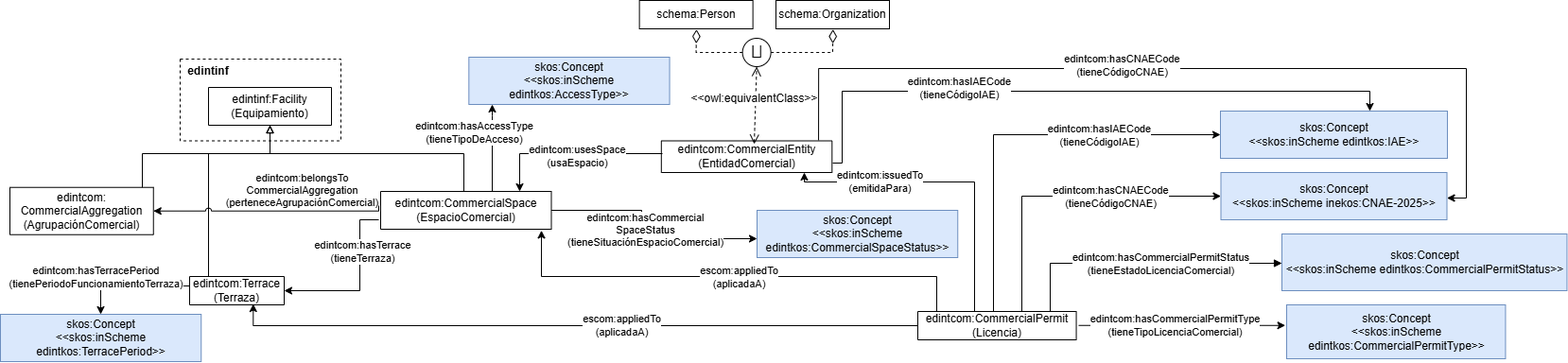
The draw.io diagram diagrams/diagrama.png in sbernardos/edint-ontologia-censo-locales, before a commit. Source tidied: cells renumbered, new cells last; positions are measured from the earlier drawing's top-left corner, leaving out a move shared by most shapes.
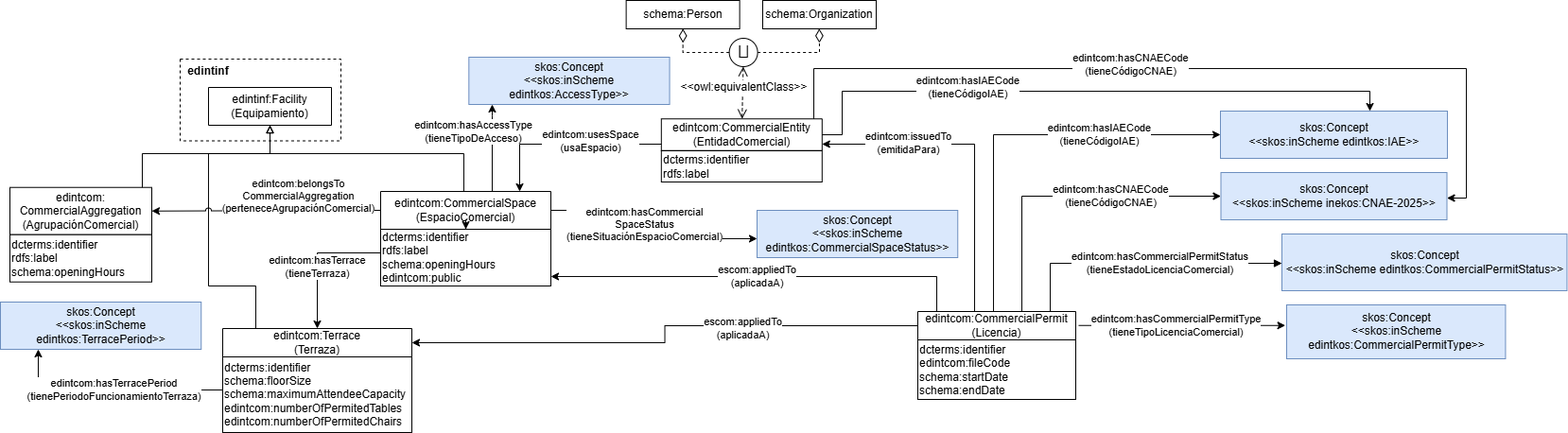
After the commit.

Commit message:
diagram with data properties

What changed in the source:
```diff
@@ -3,19 +3,18 @@
     <mxCell id="0" />
     <mxCell id="1" parent="0" />
     <mxCell id="2" value="edintcom:CommercialPermit&lt;div&gt;(Licencia)&lt;/div&gt;" style="verticalAlign=middle;align=center;vsdxID=334;shape=(stored shape, 160 characters);labelBackgroundColor=none;rounded=0;html=1;whiteSpace=wrap;fillColor=none;strokeColor=#000000;" parent="1" vertex="1">
-      <mxGeometry x="970" y="329" width="167.6" height="30" as="geometry" />
+      <mxGeometry x="970" y="329" width="167" height="30" as="geometry" />
     </mxCell>
     <mxCell id="3" value="edintcom:CommercialSpace&lt;div&gt;(EspacioComercial)&lt;/div&gt;" style="verticalAlign=middle;align=center;vsdxID=334;shape=(stored shape, 160 characters);labelBackgroundColor=none;rounded=0;html=1;whiteSpace=wrap;fillColor=none;strokeColor=#000000;" parent="1" vertex="1">
-      <mxGeometry x="402" y="202" width="180.5" height="40" as="geometry" />
+      <mxGeometry x="402" y="202" width="180" height="40" as="geometry" />
     </mxCell>
     <mxCell id="4" value="edintcom:CommercialEntity&lt;div&gt;(EntidadComercial)&lt;/div&gt;" style="verticalAlign=middle;align=center;vsdxID=334;shape=(stored shape, 160 characters);labelBackgroundColor=none;rounded=0;html=1;whiteSpace=wrap;fillColor=none;strokeColor=light-dark(#000000,#000000);" parent="1" vertex="1">
-      <mxGeometry x="698.8" y="148.5" width="180.5" height="33.5" as="geometry" />
+      <mxGeometry x="698.8" y="125.2" width="170" height="33.5" as="geometry" />
     </mxCell>
     <mxCell id="5" style="edgeStyle=orthogonalEdgeStyle;rounded=0;jettySize=auto;html=1;" parent="1" edge="1" source="2" target="4">
       <mxGeometry relative="1" as="geometry">
         <Array as="points">
-          <mxPoint x="1030" y="192" />
-          <mxPoint x="850" y="192" />
+          <mxPoint x="1030" y="152" />
         </Array>
       </mxGeometry>
     </mxCell>
@@ -24,29 +23,14 @@
         <mxPoint x="15" as="offset" />
       </mxGeometry>
     </mxCell>
-    <mxCell id="7" style="edgeStyle=orthogonalEdgeStyle;rounded=0;orthogonalLoop=1;jettySize=auto;html=1;endArrow=none;endFill=0;startArrow=classic;startFill=1;" parent="1" edge="1">
-      <mxGeometry relative="1" as="geometry">
-        <mxPoint x="549" y="202" as="sourcePoint" />
-        <mxPoint x="700" y="162" as="targetPoint" />
-        <Array as="points">
-          <mxPoint x="549" y="202" />
-          <mxPoint x="549" y="162" />
-        </Array>
-      </mxGeometry>
-    </mxCell>
-    <mxCell id="8" value="edintcom:usesSpace&lt;div&gt;(usaEspacio)&lt;/div&gt;" style="edgeLabel;html=1;align=center;verticalAlign=middle;" parent="7" vertex="1">
-      <mxGeometry x="0.11" y="1" relative="1" as="geometry">
-        <mxPoint x="-5" y="3" as="offset" />
-      </mxGeometry>
-    </mxCell>
     <mxCell id="9" value="schema:Person" style="rounded=0;whiteSpace=wrap;html=1;snapToPoint=1;points=[[0.1,0],[0.2,0],[0.3,0],[0.4,0],[0.5,0],[0.6,0],[0.7,0],[0.8,0],[0.9,0],[0,0.1],[0,0.3],[0,0.5],[0,0.7],[0,0.9],[0.1,1],[0.2,1],[0.3,1],[0.4,1],[0.5,1],[0.6,1],[0.7,1],[0.8,1],[0.9,1],[1,0.1],[1,0.3],[1,0.5],[1,0.7],[1,0.9]];" parent="1" vertex="1">
-      <mxGeometry x="675.6" width="120" height="30" as="geometry" />
+      <mxGeometry x="661.6" width="120" height="30" as="geometry" />
     </mxCell>
     <mxCell id="10" value="schema:Organization" style="rounded=0;whiteSpace=wrap;html=1;snapToPoint=1;points=[[0.1,0],[0.2,0],[0.3,0],[0.4,0],[0.5,0],[0.6,0],[0.7,0],[0.8,0],[0.9,0],[0,0.1],[0,0.3],[0,0.5],[0,0.7],[0,0.9],[0.1,1],[0.2,1],[0.3,1],[0.4,1],[0.5,1],[0.6,1],[0.7,1],[0.8,1],[0.9,1],[1,0.1],[1,0.3],[1,0.5],[1,0.7],[1,0.9]];" parent="1" vertex="1">
-      <mxGeometry x="820" width="120" height="30" as="geometry" />
+      <mxGeometry x="806" width="120" height="30" as="geometry" />
     </mxCell>
     <mxCell id="11" value="&lt;span class=&quot;st&quot;&gt;⨆&lt;/span&gt;" style="ellipse;whiteSpace=wrap;html=1;fontSize=17;" parent="1" vertex="1">
-      <mxGeometry x="784.6" y="40" width="30" height="30" as="geometry" />
+      <mxGeometry x="770.6" y="40" width="30" height="30" as="geometry" />
     </mxCell>
     <mxCell id="12" style="endArrow=diamondThin;endSize=12;html=1;fontColor=#000099;endFill=0;dashed=1;arcSize=0;rounded=0;edgeStyle=orthogonalEdgeStyle;" parent="1" edge="1" source="11" target="10">
       <mxGeometry relative="1" as="geometry" />
@@ -54,18 +38,16 @@
     <mxCell id="13" style="endArrow=diamondThin;endSize=12;html=1;fontColor=#000099;endFill=0;dashed=1;arcSize=0;rounded=0;edgeStyle=orthogonalEdgeStyle;" parent="1" edge="1" source="11" target="9">
       <mxGeometry relative="1" as="geometry">
         <Array as="points">
-          <mxPoint x="735.6" y="54.9" />
+          <mxPoint x="721.6" y="54.9" />
         </Array>
       </mxGeometry>
     </mxCell>
-    <mxCell id="14" style="endArrow=open;html=1;fontColor=#000099;endFill=0;dashed=1;endSize=8;startArrow=open;startFill=0;startSize=8;rounded=0;entryX=0.5;entryY=1;entryDx=0;entryDy=0;" parent="1" edge="1" target="11">
-      <mxGeometry relative="1" as="geometry">
-        <mxPoint x="797" y="152" as="sourcePoint" />
-      </mxGeometry>
+    <mxCell id="14" style="endArrow=open;html=1;fontColor=#000099;endFill=0;dashed=1;endSize=8;startArrow=open;startFill=0;startSize=8;rounded=0;" parent="1" edge="1" source="4" target="11">
+      <mxGeometry relative="1" as="geometry" />
     </mxCell>
     <mxCell id="15" value="&amp;lt;&amp;lt;owl:equivalentClass&amp;gt;&amp;gt;" style="text;html=1;align=center;verticalAlign=middle;fontColor=#000000;labelBackgroundColor=#ffffff;" parent="14" vertex="1">
       <mxGeometry x="-0.33" relative="1" as="geometry">
-        <mxPoint x="-2" y="-22" as="offset" />
+        <mxPoint x="1" y="-15" as="offset" />
       </mxGeometry>
     </mxCell>
     <mxCell id="16" value="&lt;font&gt;skos:Concept&lt;br&gt;&lt;/font&gt;&lt;div&gt;&lt;font&gt;&amp;lt;&amp;lt;skos:inScheme&amp;nbsp;&lt;/font&gt;&lt;span style=&quot;background-color: transparent;&quot;&gt;inekos:CNAE-2025&amp;gt;&amp;gt;&lt;/span&gt;&lt;/div&gt;" style="html=1;align=center;fillColor=#dae8fc;strokeColor=#6c8ebf;" parent="1" vertex="1">
@@ -96,18 +78,20 @@
       </mxGeometry>
     </mxCell>
     <mxCell id="21" value="edintcom:&lt;div&gt;CommercialAggregation&lt;/div&gt;&lt;div&gt;(AgrupaciónComercial)&lt;/div&gt;" style="verticalAlign=middle;align=center;vsdxID=334;shape=(stored shape, 160 characters);labelBackgroundColor=none;rounded=0;html=1;whiteSpace=wrap;fillColor=none;strokeColor=#000000;" parent="1" vertex="1">
-      <mxGeometry x="10" y="197.7" width="151.8" height="50" as="geometry" />
+      <mxGeometry x="10" y="197.7" width="150" height="50" as="geometry" />
     </mxCell>
     <mxCell id="22" style="edgeStyle=orthogonalEdgeStyle;rounded=0;jettySize=auto;html=1;endArrow=block;endFill=0;jumpStyle=arc;" parent="1" edge="1" source="23" target="54">
       <mxGeometry relative="1" as="geometry">
         <Array as="points">
+          <mxPoint x="270" y="302" />
+          <mxPoint x="220" y="302" />
           <mxPoint x="220" y="162" />
           <mxPoint x="285" y="162" />
         </Array>
       </mxGeometry>
     </mxCell>
     <mxCell id="23" value="edintcom:Terrace&lt;div&gt;(Terraza)&lt;/div&gt;" style="verticalAlign=middle;align=center;vsdxID=334;shape=(stored shape, 160 characters);labelBackgroundColor=none;rounded=0;html=1;whiteSpace=wrap;fillColor=none;strokeColor=#000000;" parent="1" vertex="1">
-      <mxGeometry x="200" y="292" width="100" height="30" as="geometry" />
+      <mxGeometry x="235" y="347" width="200" height="30" as="geometry" />
     </mxCell>
     <mxCell id="24" style="edgeStyle=orthogonalEdgeStyle;rounded=0;jettySize=auto;html=1;endArrow=block;endFill=0;" parent="1" edge="1" source="21" target="54">
       <mxGeometry relative="1" as="geometry">
@@ -117,49 +101,38 @@
         </Array>
       </mxGeometry>
     </mxCell>
-    <mxCell id="25" style="edgeStyle=orthogonalEdgeStyle;rounded=0;jettySize=auto;html=1;startArrow=classic;startFill=1;endArrow=none;endFill=0;jumpStyle=arc;" parent="1" edge="1" source="21">
-      <mxGeometry relative="1" as="geometry">
-        <mxPoint x="400" y="217" as="targetPoint" />
-        <Array as="points">
-          <mxPoint x="400" y="223" />
-        </Array>
-      </mxGeometry>
+    <mxCell id="25" style="edgeStyle=orthogonalEdgeStyle;rounded=0;jettySize=auto;html=1;startArrow=classic;startFill=1;endArrow=none;endFill=0;jumpStyle=arc;" parent="1" edge="1" source="21" target="3">
+      <mxGeometry relative="1" as="geometry" />
     </mxCell>
     <mxCell id="26" value="edintcom:&lt;span style=&quot;background-color: light-dark(#ffffff, var(--ge-dark-color, #121212)); color: light-dark(rgb(0, 0, 0), rgb(255, 255, 255));&quot;&gt;belongsTo&lt;/span&gt;&lt;div&gt;&lt;span style=&quot;background-color: light-dark(#ffffff, var(--ge-dark-color, #121212)); color: light-dark(rgb(0, 0, 0), rgb(255, 255, 255));&quot;&gt;Commercial&lt;/span&gt;&lt;span style=&quot;background-color: light-dark(#ffffff, var(--ge-dark-color, #121212)); color: light-dark(rgb(0, 0, 0), rgb(255, 255, 255));&quot;&gt;Aggregation&lt;/span&gt;&lt;/div&gt;&lt;div&gt;&lt;span style=&quot;background-color: light-dark(#ffffff, var(--ge-dark-color, #121212)); color: light-dark(rgb(0, 0, 0), rgb(255, 255, 255));&quot;&gt;(perteneceAgrupaciónComercial)&lt;/span&gt;&lt;/div&gt;" style="edgeLabel;html=1;align=center;verticalAlign=middle;" parent="25" vertex="1">
       <mxGeometry x="0.29" y="1" relative="1" as="geometry">
-        <mxPoint x="-1" y="-21" as="offset" />
+        <mxPoint x="-1" y="-14" as="offset" />
       </mxGeometry>
     </mxCell>
     <mxCell id="27" value="&lt;font color=&quot;#000000&quot;&gt;skos:Concept&lt;br&gt;&lt;/font&gt;&lt;div&gt;&lt;font color=&quot;#000000&quot;&gt;&amp;lt;&amp;lt;skos:inScheme &lt;/font&gt;&lt;font color=&quot;#000000&quot;&gt;&lt;font color=&quot;#000000&quot;&gt;&lt;br&gt;&lt;/font&gt;&lt;/font&gt;&lt;/div&gt;&lt;div&gt;&lt;font color=&quot;#000000&quot;&gt;&lt;font color=&quot;#000000&quot;&gt;edintkos&lt;/font&gt;:TerracePeriod&amp;gt;&amp;gt;&lt;/font&gt;&lt;/div&gt;" style="html=1;fillColor=#dae8fc;strokeColor=#6c8ebf;" parent="1" vertex="1">
-      <mxGeometry y="332" width="212.2" height="50" as="geometry" />
+      <mxGeometry y="319" width="212.2" height="50" as="geometry" />
     </mxCell>
     <mxCell id="28" value="&lt;font color=&quot;#000000&quot;&gt;skos:Concept&lt;br&gt;&lt;/font&gt;&lt;div style=&quot;color: rgb(255, 51, 51);&quot;&gt;&lt;font color=&quot;#000000&quot;&gt;&amp;lt;&amp;lt;skos:inScheme&lt;/font&gt;&lt;font color=&quot;#000000&quot;&gt;&lt;br&gt;&lt;/font&gt;&lt;/div&gt;&lt;div style=&quot;color: rgb(255, 51, 51);&quot;&gt;&lt;span style=&quot;color: rgb(0, 0, 0); background-color: transparent;&quot;&gt;edintkos:CommercialPermitType&amp;gt;&amp;gt;&lt;/span&gt;&lt;/div&gt;" style="html=1;align=center;fillColor=#dae8fc;strokeColor=#6c8ebf;" parent="1" vertex="1">
       <mxGeometry x="1360" y="322" width="231.4" height="57" as="geometry" />
     </mxCell>
-    <mxCell id="29" style="endArrow=classic;html=1;rounded=0;entryX=1;entryY=0.5;entryDx=0;entryDy=0;entryPerimeter=0;edgeStyle=orthogonalEdgeStyle;" parent="1" edge="1" target="23">
+    <mxCell id="29" style="endArrow=classic;html=1;rounded=0;edgeStyle=orthogonalEdgeStyle;" parent="1" edge="1" source="60" target="23">
       <mxGeometry relative="1" as="geometry">
-        <mxPoint x="400" y="232" as="sourcePoint" />
         <Array as="points">
-          <mxPoint x="380" y="232" />
-          <mxPoint x="380" y="307" />
+          <mxPoint x="335" y="267" />
         </Array>
       </mxGeometry>
     </mxCell>
-    <mxCell id="30" value="edintcom:hasTerrace&lt;div&gt;(tieneTerraza)&lt;/div&gt;" style="edgeLabel;html=1;align=center;verticalAlign=middle;" parent="29" vertex="1">
-      <mxGeometry x="-0.11" y="-1" relative="1" as="geometry">
-        <mxPoint x="3" y="-24" as="offset" />
-      </mxGeometry>
-    </mxCell>
     <mxCell id="31" style="endArrow=classic;html=1;rounded=0;edgeStyle=orthogonalEdgeStyle;" parent="1" edge="1" source="23" target="27">
       <mxGeometry relative="1" as="geometry">
         <Array as="points">
-          <mxPoint x="106" y="302" />
+          <mxPoint x="335" y="412" />
+          <mxPoint x="40" y="412" />
         </Array>
       </mxGeometry>
     </mxCell>
     <mxCell id="32" value="edintcom:hasTerracePeriod&lt;div&gt;(tienePeriodoFuncionamientoTerraza)&lt;/div&gt;" style="edgeLabel;html=1;align=center;verticalAlign=middle;" parent="31" vertex="1">
       <mxGeometry x="0.28" y="1" relative="1" as="geometry">
-        <mxPoint x="-21" y="-11" as="offset" />
+        <mxPoint x="-12" y="-1" as="offset" />
       </mxGeometry>
     </mxCell>
     <mxCell id="33" value="&lt;font color=&quot;#000000&quot;&gt;skos:Concept&lt;br&gt;&lt;/font&gt;&lt;div&gt;&lt;font color=&quot;#000000&quot;&gt;&amp;lt;&amp;lt;skos:inScheme&amp;nbsp;&lt;/font&gt;&lt;span style=&quot;background-color: transparent;&quot;&gt;edintkos:IAE&amp;gt;&amp;gt;&lt;/span&gt;&lt;/div&gt;" style="html=1;fillColor=#dae8fc;strokeColor=#6c8ebf;" parent="1" vertex="1">
@@ -187,11 +160,10 @@
         <mxPoint x="44" y="-1" as="offset" />
       </mxGeometry>
     </mxCell>
-    <mxCell id="38" style="endArrow=classic;html=1;rounded=0;edgeStyle=orthogonalEdgeStyle;" parent="1" edge="1" target="33">
+    <mxCell id="38" style="endArrow=classic;html=1;rounded=0;edgeStyle=orthogonalEdgeStyle;" parent="1" edge="1" source="4" target="33">
       <mxGeometry relative="1" as="geometry">
-        <mxPoint x="880" y="172" as="sourcePoint" />
         <Array as="points">
-          <mxPoint x="890" y="172" />
+          <mxPoint x="890" y="142" />
           <mxPoint x="890" y="96" />
           <mxPoint x="1448" y="96" />
         </Array>
@@ -214,10 +186,10 @@
         <mxPoint x="47" y="-1" as="offset" />
       </mxGeometry>
     </mxCell>
-    <mxCell id="42" style="endArrow=classic;html=1;rounded=0;exitX=0.921;exitY=-0.017;exitDx=0;exitDy=0;exitPerimeter=0;edgeStyle=orthogonalEdgeStyle;endFill=1;" parent="1" edge="1" source="4" target="16">
+    <mxCell id="42" style="endArrow=classic;html=1;rounded=0;edgeStyle=orthogonalEdgeStyle;endFill=1;" parent="1" edge="1" source="4" target="16">
       <mxGeometry relative="1" as="geometry">
         <Array as="points">
-          <mxPoint x="865" y="72" />
+          <mxPoint x="860" y="72" />
           <mxPoint x="1550" y="72" />
           <mxPoint x="1550" y="209" />
         </Array>
@@ -236,14 +208,13 @@
     </mxCell>
     <mxCell id="45" value="edintcom:hasCommercial&lt;div&gt;Space&lt;span style=&quot;background-color: light-dark(#ffffff, var(--ge-dark-color, #121212)); color: light-dark(rgb(0, 0, 0), rgb(255, 255, 255));&quot;&gt;Status&lt;/span&gt;&lt;/div&gt;&lt;div&gt;&lt;span style=&quot;background-color: light-dark(#ffffff, var(--ge-dark-color, #121212)); color: light-dark(rgb(0, 0, 0), rgb(255, 255, 255));&quot;&gt;(tieneSituaciónEspacioComercial)&lt;/span&gt;&lt;/div&gt;" style="edgeLabel;html=1;align=center;verticalAlign=middle;" parent="44" vertex="1">
       <mxGeometry x="0.09" y="3" relative="1" as="geometry">
-        <mxPoint x="-7" y="-7" as="offset" />
+        <mxPoint x="-7" y="-12" as="offset" />
       </mxGeometry>
     </mxCell>
-    <mxCell id="46" style="endArrow=classic;html=1;rounded=0;entryX=0.942;entryY=1.033;entryDx=0;entryDy=0;entryPerimeter=0;edgeStyle=orthogonalEdgeStyle;" parent="1" edge="1" source="2" target="3">
+    <mxCell id="46" style="endArrow=classic;html=1;rounded=0;edgeStyle=orthogonalEdgeStyle;" parent="1" edge="1" source="2" target="60">
       <mxGeometry relative="1" as="geometry">
         <Array as="points">
           <mxPoint x="990" y="292" />
-          <mxPoint x="572" y="292" />
         </Array>
       </mxGeometry>
     </mxCell>
@@ -255,12 +226,12 @@
     <mxCell id="48" value="&lt;font color=&quot;#000000&quot;&gt;skos:Concept&lt;br&gt;&lt;/font&gt;&lt;div&gt;&lt;font color=&quot;#000000&quot;&gt;&amp;lt;&amp;lt;skos:inScheme &lt;/font&gt;&lt;font color=&quot;#000000&quot;&gt;&lt;font color=&quot;#000000&quot;&gt;&lt;br&gt;&lt;/font&gt;&lt;/font&gt;&lt;/div&gt;&lt;div&gt;&lt;font color=&quot;#000000&quot;&gt;&lt;font color=&quot;#000000&quot;&gt;edintkos&lt;/font&gt;:CommercialSpaceStatus&amp;gt;&amp;gt;&lt;/font&gt;&lt;/div&gt;" style="html=1;fillColor=#dae8fc;strokeColor=#6c8ebf;" parent="1" vertex="1">
       <mxGeometry x="800" y="222" width="212.2" height="50" as="geometry" />
     </mxCell>
-    <mxCell id="49" style="edgeStyle=orthogonalEdgeStyle;rounded=0;jettySize=auto;html=1;entryX=0.673;entryY=0.967;entryDx=0;entryDy=0;entryPerimeter=0;" parent="1" edge="1" source="2" target="23">
+    <mxCell id="49" style="edgeStyle=orthogonalEdgeStyle;rounded=0;jettySize=auto;html=1;" parent="1" edge="1" source="2" target="23">
       <mxGeometry relative="1" as="geometry" />
     </mxCell>
     <mxCell id="50" value="escom:appliedTo&lt;div&gt;(aplicadaA)&lt;/div&gt;" style="edgeLabel;html=1;align=center;verticalAlign=middle;" parent="49" vertex="1">
       <mxGeometry x="-0.14" y="-1" relative="1" as="geometry">
-        <mxPoint x="1" as="offset" />
+        <mxPoint x="54" y="4" as="offset" />
       </mxGeometry>
     </mxCell>
     <mxCell id="51" style="endArrow=classic;html=1;rounded=0;edgeStyle=orthogonalEdgeStyle;" parent="1" edge="1" source="3" target="53">
@@ -288,5 +259,41 @@
     <mxCell id="56" value="edintinf" style="text;html=1;whiteSpace=wrap;strokeColor=none;fillColor=none;align=center;verticalAlign=middle;rounded=0;fontStyle=1;" parent="1" vertex="1">
       <mxGeometry x="190" y="60" width="60" height="30" as="geometry" />
     </mxCell>
+    <mxCell id="57" value="dcterms:identifier&lt;div&gt;edintcom:fileCode&lt;/div&gt;&lt;div&gt;&lt;span style=&quot;background-color: transparent; color: light-dark(rgb(0, 0, 0), rgb(255, 255, 255));&quot;&gt;schema:startDate&lt;/span&gt;&lt;/div&gt;&lt;div&gt;schema:endDate&lt;/div&gt;" style="rounded=0;whiteSpace=wrap;html=1;align=left;" parent="1" vertex="1">
+      <mxGeometry x="970" y="359" width="167" height="63" as="geometry" />
+    </mxCell>
+    <mxCell id="58" value="dcterms:identifier&lt;div&gt;schema:floorSize&lt;/div&gt;&lt;div&gt;schema:maximumAttendeeCapacity&lt;/div&gt;&lt;div&gt;edintcom:numberOfPermitedTables&lt;/div&gt;&lt;div&gt;edintcom:numberOfPermitedChairs&lt;/div&gt;" style="rounded=0;whiteSpace=wrap;html=1;align=left;" parent="1" vertex="1">
+      <mxGeometry x="235" y="377" width="200" height="80" as="geometry" />
+    </mxCell>
+    <mxCell id="59" style="endArrow=classic;html=1;rounded=0;edgeStyle=orthogonalEdgeStyle;" parent="1" edge="1" source="3" target="60">
+      <mxGeometry relative="1" as="geometry" />
+    </mxCell>
+    <mxCell id="30" value="edintcom:hasTerrace&lt;div&gt;(tieneTerraza)&lt;/div&gt;" style="edgeLabel;html=1;align=center;verticalAlign=middle;" parent="59" vertex="1">
+      <mxGeometry x="-0.11" y="-1" relative="1" as="geometry">
+        <mxPoint x="-158" y="38" as="offset" />
+      </mxGeometry>
+    </mxCell>
+    <mxCell id="60" value="dcterms:identifier&lt;div&gt;rdfs:label&lt;/div&gt;&lt;div&gt;&lt;span style=&quot;background-color: transparent; color: light-dark(rgb(0, 0, 0), rgb(255, 255, 255));&quot;&gt;schema:openingHours&lt;/span&gt;&lt;/div&gt;&lt;div&gt;&lt;span style=&quot;background-color: transparent; color: light-dark(rgb(0, 0, 0), rgb(255, 255, 255));&quot;&gt;edintcom:public&lt;/span&gt;&lt;/div&gt;" style="rounded=0;whiteSpace=wrap;html=1;align=left;" parent="1" vertex="1">
+      <mxGeometry x="402" y="242" width="180" height="60" as="geometry" />
+    </mxCell>
+    <mxCell id="61" value="dcterms:identifier&lt;div&gt;rdfs:label&lt;/div&gt;&lt;div&gt;&lt;span style=&quot;background-color: transparent; color: light-dark(rgb(0, 0, 0), rgb(255, 255, 255));&quot;&gt;schema:openingHours&lt;/span&gt;&lt;/div&gt;" style="rounded=0;whiteSpace=wrap;html=1;align=left;" parent="1" vertex="1">
+      <mxGeometry x="10" y="247.7" width="150" height="50" as="geometry" />
+    </mxCell>
+    <mxCell id="7" style="edgeStyle=orthogonalEdgeStyle;rounded=0;jettySize=auto;html=1;endArrow=none;endFill=0;startArrow=classic;startFill=1;" parent="1" edge="1" target="4">
+      <mxGeometry relative="1" as="geometry">
+        <mxPoint x="549" y="202" as="sourcePoint" />
+        <Array as="points">
+          <mxPoint x="549" y="152" />
+        </Array>
+      </mxGeometry>
+    </mxCell>
+    <mxCell id="8" value="edintcom:usesSpace&lt;div&gt;(usaEspacio)&lt;/div&gt;" style="edgeLabel;html=1;align=center;verticalAlign=middle;" parent="7" vertex="1">
+      <mxGeometry x="0.11" y="1" relative="1" as="geometry">
+        <mxPoint x="14" y="-2" as="offset" />
+      </mxGeometry>
+    </mxCell>
+    <mxCell id="62" value="dcterms:identifier&lt;div&gt;rdfs:label&lt;/div&gt;" style="rounded=0;whiteSpace=wrap;html=1;align=left;" parent="1" vertex="1">
+      <mxGeometry x="698.8" y="159" width="170" height="33" as="geometry" />
+    </mxCell>
   </root>
 </mxGraphModel>
```
